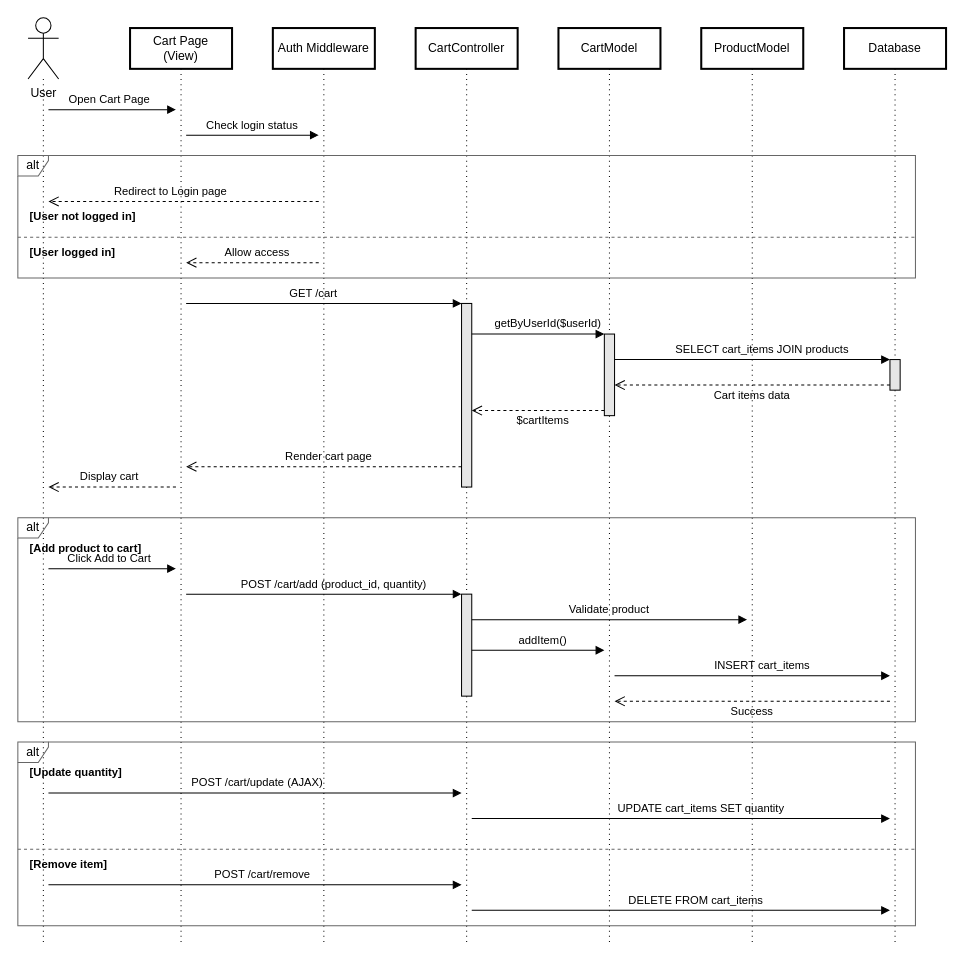
Above: docs/diagrams/cart_sequence_diagram.drawio in tdat-dev/UniMarket (draw.io), before the change. Source tidied: cells renumbered, new cells numbered last; positions are measured from the earlier drawing's top-left corner, leaving out a move shared by most shapes. Both pictures are drawn from the tidied source at 102%, with x=0, y=0 at pixel (17, 17).
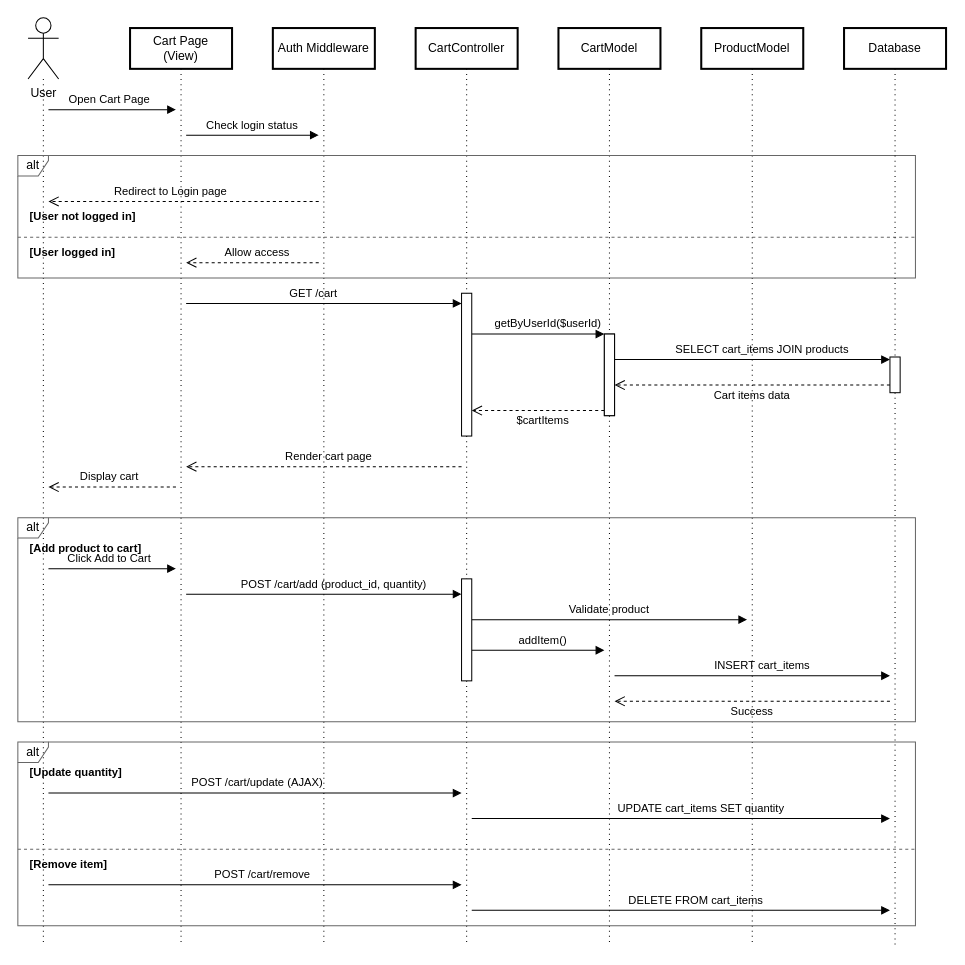
After the change.

The edit, as a diff of the source:
```diff
@@
-    <mxCell id="15" style="endArrow=none;dashed=1;html=1;dashPattern=1 4;strokeWidth=1;" parent="1" edge="1">
+    <mxCell id="15" style="endArrow=none;dashed=1;html=1;dashPattern=1 4;strokeWidth=1;" parent="1" edge="1" source="76">
       <mxGeometry relative="1" as="geometry">
-        <mxPoint x="860" y="50" as="sourcePoint" />
         <mxPoint x="860" y="910" as="targetPoint" />
       </mxGeometry>
     </mxCell>
@@
-    <mxCell id="30" style="html=1;perimeter=orthogonalPerimeter;targetShapes=umlLifeline;newEdgeStyle={&quot;curved&quot;:0,&quot;rounded&quot;:0};fillColor=#E6E6E6;" parent="1" vertex="1">
-      <mxGeometry x="435" y="280" width="10" height="180" as="geometry" />
-    </mxCell>
@@
-    <mxCell id="36" style="html=1;perimeter=orthogonalPerimeter;targetShapes=umlLifeline;newEdgeStyle={&quot;curved&quot;:0,&quot;rounded&quot;:0};fillColor=#E6E6E6;" parent="1" vertex="1">
-      <mxGeometry x="855" y="335" width="10" height="30" as="geometry" />
-    </mxCell>
@@
-    <mxCell id="51" style="html=1;perimeter=orthogonalPerimeter;targetShapes=umlLifeline;newEdgeStyle={&quot;curved&quot;:0,&quot;rounded&quot;:0};fillColor=#E6E6E6;" parent="1" vertex="1">
-      <mxGeometry x="435" y="565" width="10" height="100" as="geometry" />
-    </mxCell>
@@
+    <mxCell id="72" style="html=1;perimeter=orthogonalPerimeter;targetShapes=umlLifeline;newEdgeStyle={&quot;curved&quot;:0,&quot;rounded&quot;:0};" parent="1" vertex="1">
+      <mxGeometry x="435" y="270" width="10" height="140" as="geometry" />
+    </mxCell>
+    <mxCell id="73" style="html=1;perimeter=orthogonalPerimeter;targetShapes=umlLifeline;newEdgeStyle={&quot;curved&quot;:0,&quot;rounded&quot;:0};" parent="1" vertex="1">
+      <mxGeometry x="435" y="550" width="10" height="100" as="geometry" />
+    </mxCell>
+    <mxCell id="74" style="html=1;perimeter=orthogonalPerimeter;targetShapes=umlLifeline;newEdgeStyle={&quot;curved&quot;:0,&quot;rounded&quot;:0};" parent="1" vertex="1">
+      <mxGeometry x="575" y="310" width="10" height="80" as="geometry" />
+    </mxCell>
+    <mxCell id="75" style="endArrow=none;dashed=1;html=1;dashPattern=1 4;strokeWidth=1;" parent="1" edge="1" target="76">
+      <mxGeometry relative="1" as="geometry">
+        <mxPoint x="860" y="50" as="sourcePoint" />
+      </mxGeometry>
+    </mxCell>
+    <mxCell id="76" style="html=1;points=[[0,0,0,0,5],[0,1,0,0,-5],[1,0,0,0,5],[1,1,0,0,-5]];perimeter=orthogonalPerimeter;outlineConnect=0;targetShapes=umlLifeline;portConstraint=eastwest;newEdgeStyle={&quot;curved&quot;:0,&quot;rounded&quot;:0};" parent="1" vertex="1">
+      <mxGeometry x="855" y="332.5" width="10" height="35" as="geometry" />
+    </mxCell>
```
